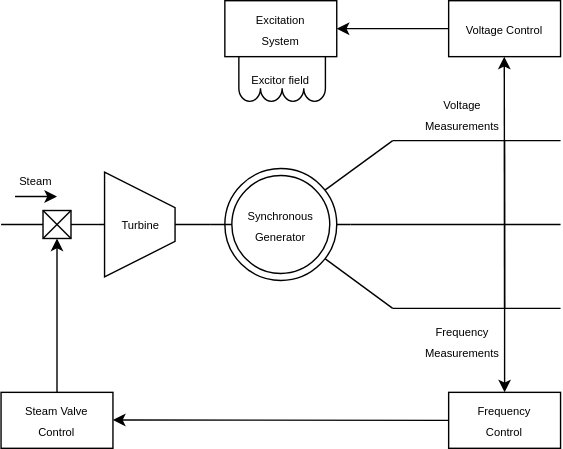
CRESYM/colib0.github.io keeps this draw.io diagram as pages/models/generations/SM1/SM1_model_scheme.svg. Above is the earlier version. Source tidied: cells renumbered, new cells last; positions are measured from the earlier drawing's top-left corner, leaving out a move shared by most shapes.
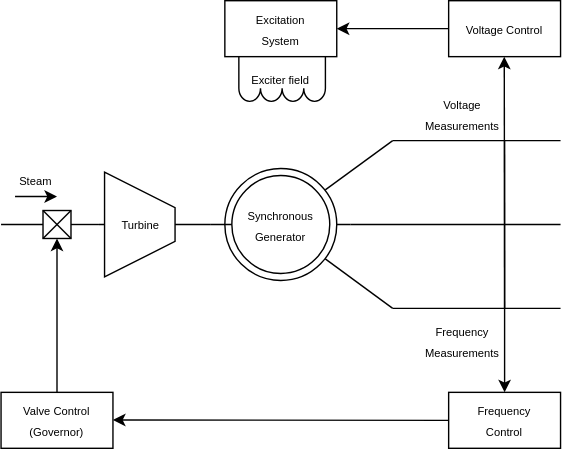
After the commit.

Commit message:
First draft SM1 Model

Diff of the diagram source:
```diff
@@ -89,7 +89,7 @@
     <mxCell id="23" value="&lt;span style=&quot;font-size: 8px;&quot;&gt;Excitation System&lt;/span&gt;" style="text;html=1;align=center;verticalAlign=middle;whiteSpace=wrap;rounded=0;fontFamily=Helvetica;fontSize=12;fontColor=default;" parent="1" vertex="1">
       <mxGeometry x="170" y="7.5" width="60" height="25" as="geometry" />
     </mxCell>
-    <mxCell id="24" value="&lt;span style=&quot;font-size: 8px;&quot;&gt;Excitor field&lt;/span&gt;" style="text;html=1;align=center;verticalAlign=middle;whiteSpace=wrap;rounded=0;fontFamily=Helvetica;fontSize=12;fontColor=default;" parent="1" vertex="1">
+    <mxCell id="24" value="&lt;span style=&quot;font-size: 8px;&quot;&gt;Exciter field&lt;/span&gt;" style="text;html=1;align=center;verticalAlign=middle;whiteSpace=wrap;rounded=0;fontFamily=Helvetica;fontSize=12;fontColor=default;" parent="1" vertex="1">
       <mxGeometry x="170" y="43.5" width="60" height="25" as="geometry" />
     </mxCell>
     <mxCell id="25" value="&lt;span style=&quot;font-size: 8px;&quot;&gt;Voltage Control&lt;/span&gt;" style="text;html=1;align=center;verticalAlign=middle;whiteSpace=wrap;rounded=0;fontFamily=Helvetica;fontSize=12;fontColor=default;" parent="1" vertex="1">
@@ -98,7 +98,7 @@
     <mxCell id="26" value="&lt;span style=&quot;font-size: 8px;&quot;&gt;Frequency Control&lt;/span&gt;" style="text;html=1;align=center;verticalAlign=middle;whiteSpace=wrap;rounded=0;fontFamily=Helvetica;fontSize=12;fontColor=default;" parent="1" vertex="1">
       <mxGeometry x="330" y="287.5" width="60" height="25" as="geometry" />
     </mxCell>
-    <mxCell id="27" value="&lt;span style=&quot;font-size: 8px;&quot;&gt;Steam Valve Control&lt;/span&gt;" style="text;html=1;align=center;verticalAlign=middle;whiteSpace=wrap;rounded=0;fontFamily=Helvetica;fontSize=12;fontColor=default;" parent="1" vertex="1">
+    <mxCell id="27" value="&lt;span style=&quot;font-size: 8px;&quot;&gt;Valve Control (Governor)&lt;/span&gt;" style="text;html=1;align=center;verticalAlign=middle;whiteSpace=wrap;rounded=0;fontFamily=Helvetica;fontSize=12;fontColor=default;" parent="1" vertex="1">
       <mxGeometry x="10" y="287.5" width="60" height="25" as="geometry" />
     </mxCell>
     <mxCell id="28" value="&lt;span style=&quot;font-size: 8px;&quot;&gt;Turbine&lt;/span&gt;" style="text;html=1;align=center;verticalAlign=middle;whiteSpace=wrap;rounded=0;fontFamily=Helvetica;fontSize=12;fontColor=default;" parent="1" vertex="1">
```
